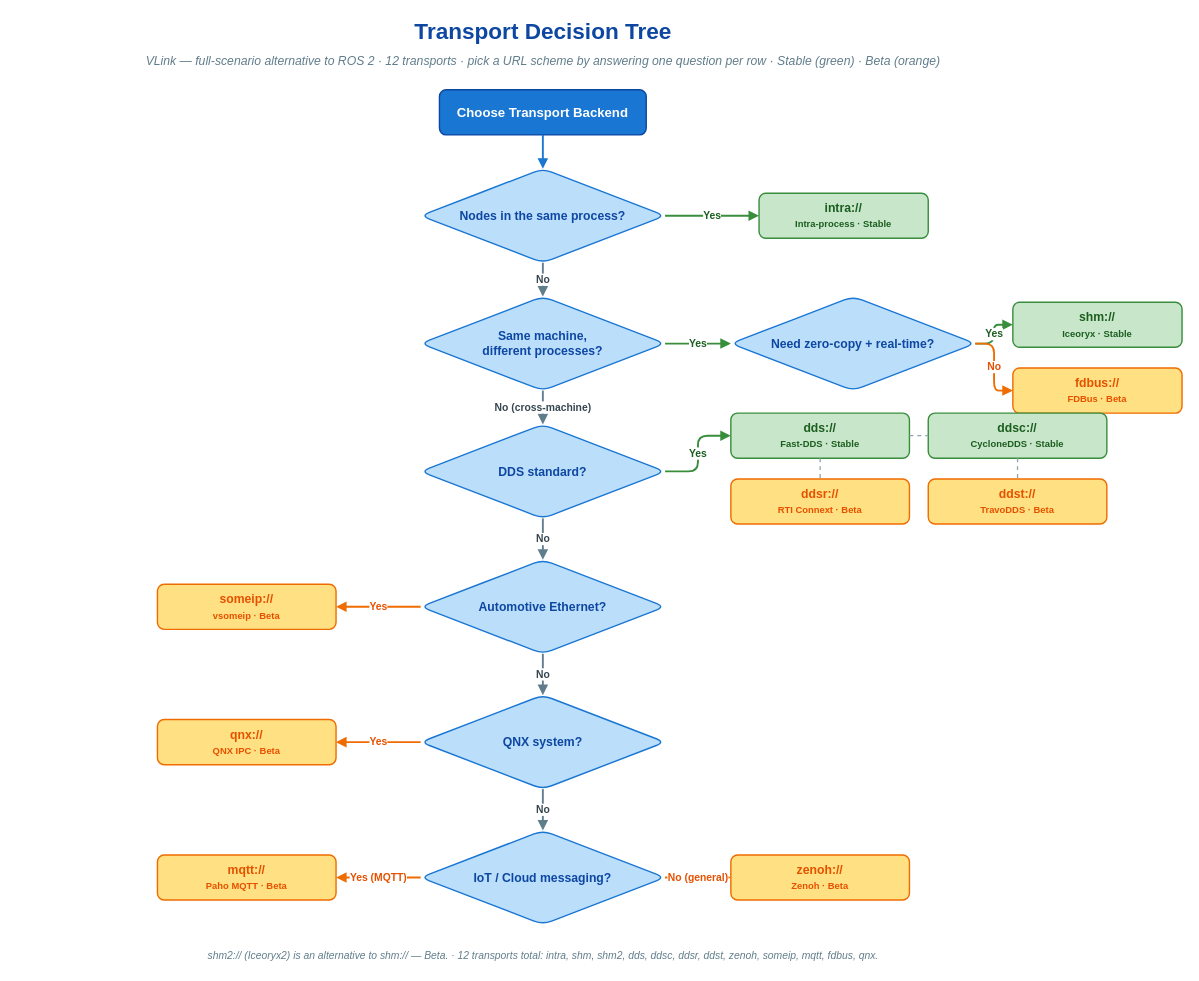
thun-res/vlink keeps this draw.io diagram as doc/images/transport-decision-tree.drawio. Above is the earlier version. Source tidied: cells renumbered, new cells numbered last; positions are measured from the earlier drawing's top-left corner, leaving out a move shared by most shapes. Both pictures are drawn from the tidied source at 94%, with x=0, y=0 at pixel (16, 16).
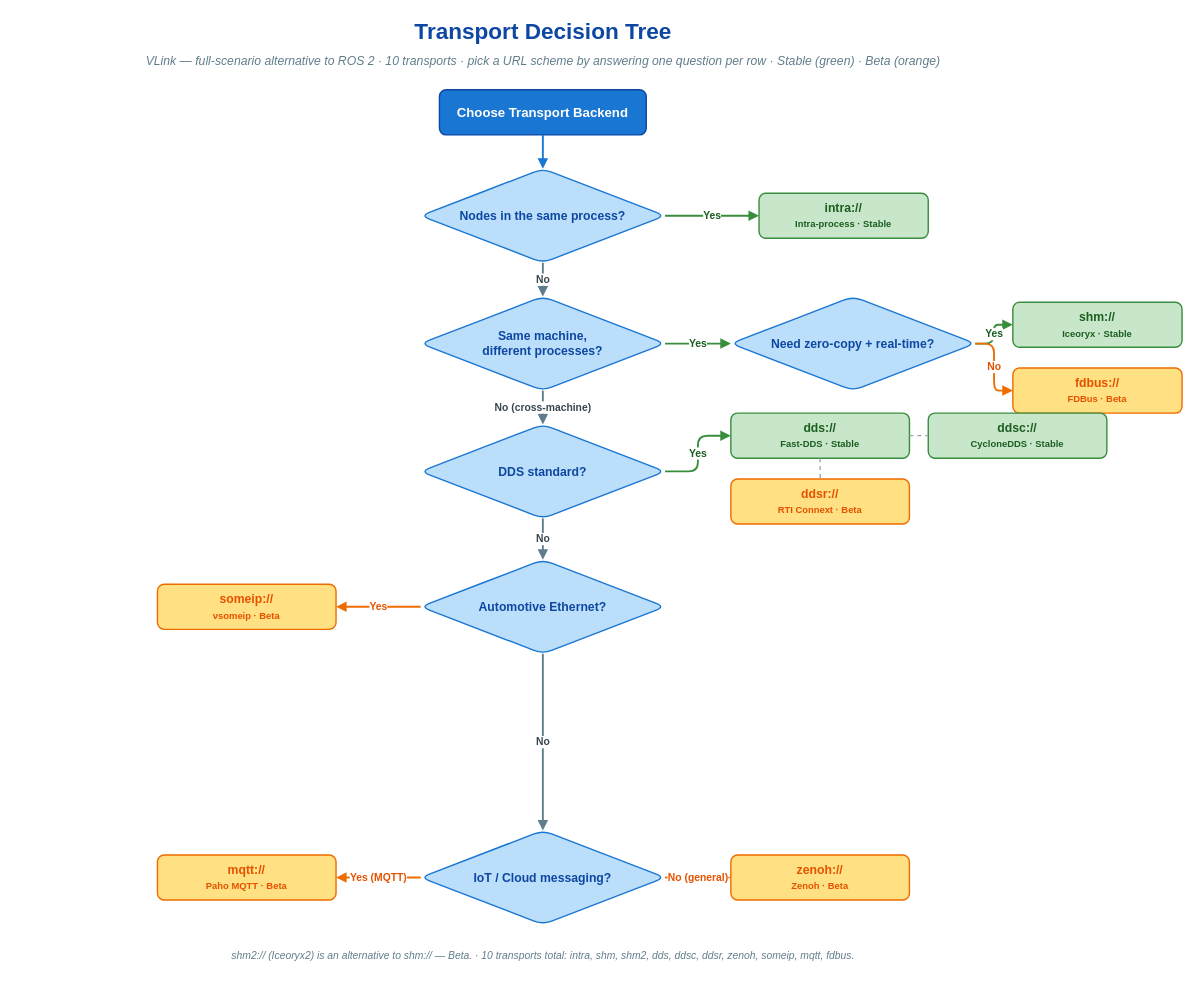
Above is the later version.

Unchanged cells that the change refers to:
```xml
<mxCell id="20" value="&lt;b&gt;ddsc://&lt;/b&gt;&lt;br/&gt;&lt;span style=&quot;font-size:10px&quot;&gt;CycloneDDS · Stable&lt;/span&gt;" style="rounded=1;whiteSpace=wrap;html=1;fillColor=#c8e6c9;strokeColor=#388e3c;strokeWidth=1.5;fontFamily=Helvetica;fontSize=13;fontStyle=1;fontColor=#1b5e20;shadow=0;align=center;" parent="1" vertex="1">
  <mxGeometry x="970" y="422" width="190" height="48" as="geometry" />
</mxCell>
<mxCell id="27" value="Automotive Ethernet?" style="rhombus;whiteSpace=wrap;html=1;rounded=1;fillColor=#bbdefb;strokeColor=#1976d2;strokeWidth=1.5;fontFamily=Helvetica;fontSize=13;fontStyle=1;fontColor=#0d47a1;shadow=0;" parent="1" vertex="1">
  <mxGeometry x="430" y="578" width="260" height="100" as="geometry" />
</mxCell>
<mxCell id="35" value="IoT / Cloud messaging?" style="rhombus;whiteSpace=wrap;html=1;rounded=1;fillColor=#bbdefb;strokeColor=#1976d2;strokeWidth=1.5;fontFamily=Helvetica;fontSize=13;fontStyle=1;fontColor=#0d47a1;shadow=0;" parent="1" vertex="1">
  <mxGeometry x="430" y="866" width="260" height="100" as="geometry" />
</mxCell>
```

The edit, as a diff of the source:
```diff
@@
-    <mxCell id="3" value="VLink — full-scenario alternative to ROS 2 · 12 transports · pick a URL scheme by answering one question per row · Stable (green) · Beta (orange)" style="text;html=1;align=center;verticalAlign=middle;strokeColor=none;fillColor=none;fontFamily=Helvetica;fontSize=13;fontStyle=2;fontColor=#607d8b;" parent="1" vertex="1">
+    <mxCell id="3" value="VLink — full-scenario alternative to ROS 2 · 10 transports · pick a URL scheme by answering one question per row · Stable (green) · Beta (orange)" style="text;html=1;align=center;verticalAlign=middle;strokeColor=none;fillColor=none;fontFamily=Helvetica;fontSize=13;fontStyle=2;fontColor=#607d8b;" parent="1" vertex="1">
       <mxGeometry y="36" width="1120" height="22" as="geometry" />
     </mxCell>
@@
-    <mxCell id="22" value="&lt;b&gt;ddst://&lt;/b&gt;&lt;br/&gt;&lt;span style=&quot;font-size:10px&quot;&gt;TravoDDS · Beta&lt;/span&gt;" style="rounded=1;whiteSpace=wrap;html=1;fillColor=#ffe082;strokeColor=#ef6c00;strokeWidth=1.5;fontFamily=Helvetica;fontSize=13;fontStyle=1;fontColor=#e65100;shadow=0;align=center;" parent="1" vertex="1">
-      <mxGeometry x="970" y="492" width="190" height="48" as="geometry" />
-    </mxCell>
@@
-    <mxCell id="26" style="endArrow=none;html=1;rounded=1;strokeWidth=1.4;strokeColor=#90a4ae;dashed=1;exitX=0.5;exitY=1;entryX=0.5;entryY=0;" parent="1" edge="1" source="20" target="22">
-      <mxGeometry relative="1" as="geometry" />
-    </mxCell>
@@
-    <mxCell id="31" value="QNX system?" style="rhombus;whiteSpace=wrap;html=1;rounded=1;fillColor=#bbdefb;strokeColor=#1976d2;strokeWidth=1.5;fontFamily=Helvetica;fontSize=13;fontStyle=1;fontColor=#0d47a1;shadow=0;" parent="1" vertex="1">
-      <mxGeometry x="430" y="722" width="260" height="100" as="geometry" />
-    </mxCell>
-    <mxCell id="32" value="No" style="endArrow=block;endFill=1;html=1;rounded=1;strokeWidth=2;strokeColor=#607d8b;fontFamily=Helvetica;fontSize=11;fontStyle=1;fontColor=#37474f;labelBackgroundColor=#ffffff;edgeStyle=orthogonalEdgeStyle;" parent="1" edge="1" source="27" target="31">
-      <mxGeometry relative="1" as="geometry" />
-    </mxCell>
-    <mxCell id="33" value="&lt;b&gt;qnx://&lt;/b&gt;&lt;br/&gt;&lt;span style=&quot;font-size:10px&quot;&gt;QNX IPC · Beta&lt;/span&gt;" style="rounded=1;whiteSpace=wrap;html=1;fillColor=#ffe082;strokeColor=#ef6c00;strokeWidth=1.5;fontFamily=Helvetica;fontSize=13;fontStyle=1;fontColor=#e65100;shadow=0;align=center;" parent="1" vertex="1">
-      <mxGeometry x="150" y="748" width="190" height="48" as="geometry" />
-    </mxCell>
-    <mxCell id="34" value="Yes" style="endArrow=block;endFill=1;html=1;rounded=1;strokeWidth=2;strokeColor=#ef6c00;fontFamily=Helvetica;fontSize=11;fontStyle=1;fontColor=#e65100;labelBackgroundColor=#ffffff;edgeStyle=orthogonalEdgeStyle;" parent="1" edge="1" source="31" target="33">
-      <mxGeometry relative="1" as="geometry" />
-    </mxCell>
+    <mxCell id="42" value="No" style="endArrow=block;endFill=1;html=1;rounded=1;strokeWidth=2;strokeColor=#607d8b;fontFamily=Helvetica;fontSize=11;fontStyle=1;fontColor=#37474f;labelBackgroundColor=#ffffff;edgeStyle=orthogonalEdgeStyle;" parent="1" edge="1" source="27" target="35">
+      <mxGeometry relative="1" as="geometry" />
+    </mxCell>
@@
-    <mxCell id="36" value="No" style="endArrow=block;endFill=1;html=1;rounded=1;strokeWidth=2;strokeColor=#607d8b;fontFamily=Helvetica;fontSize=11;fontStyle=1;fontColor=#37474f;labelBackgroundColor=#ffffff;edgeStyle=orthogonalEdgeStyle;" parent="1" edge="1" source="31" target="35">
-      <mxGeometry relative="1" as="geometry" />
-    </mxCell>
@@
-    <mxCell id="41" value="shm2:// (Iceoryx2) is an alternative to shm:// — Beta.  ·  12 transports total: intra, shm, shm2, dds, ddsc, ddsr, ddst, zenoh, someip, mqtt, fdbus, qnx." style="text;html=1;align=center;verticalAlign=middle;strokeColor=none;fillColor=none;fontFamily=Helvetica;fontSize=11;fontStyle=2;fontColor=#607d8b;" parent="1" vertex="1">
+    <mxCell id="41" value="shm2:// (Iceoryx2) is an alternative to shm:// — Beta.  ·  10 transports total: intra, shm, shm2, dds, ddsc, ddsr, zenoh, someip, mqtt, fdbus." style="text;html=1;align=center;verticalAlign=middle;strokeColor=none;fillColor=none;fontFamily=Helvetica;fontSize=11;fontStyle=2;fontColor=#607d8b;" parent="1" vertex="1">
       <mxGeometry y="988" width="1120" height="22" as="geometry" />
     </mxCell>
```
